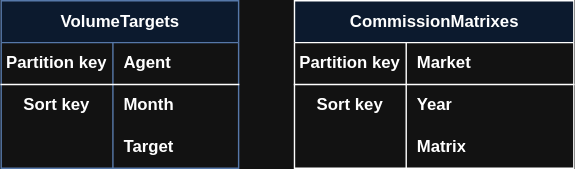
The draw.io diagram database.svg in Skyvell/bmw-commision-design, before a commit. Source tidied: cells renumbered, new cells last; positions are measured from the earlier drawing's top-left corner, leaving out a move shared by most shapes. Source of this version:
```xml
<mxGraphModel>
  <root>
    <mxCell id="0" />
    <mxCell id="1" parent="0" />
    <mxCell id="2" value="VolumeTargets" style="shape=table;startSize=30;rowLines=0;fontStyle=1;align=center;html=1;fillColor=#dae8fc;strokeColor=#6c8ebf;" parent="1" vertex="1">
      <mxGeometry width="170" height="120" as="geometry" />
    </mxCell>
    <mxCell id="3" style="shape=tableRow;horizontal=0;startSize=0;swimlaneHead=0;swimlaneBody=0;fillColor=none;top=0;left=0;right=0;bottom=1;" parent="2" vertex="1">
      <mxGeometry y="30" width="170" height="30" as="geometry" />
    </mxCell>
    <mxCell id="4" value="Partition key" style="shape=partialRectangle;fillColor=none;top=0;left=0;bottom=0;right=0;fontStyle=1;overflow=hidden;whiteSpace=wrap;html=1;" parent="3" vertex="1">
      <mxGeometry width="80" height="30" as="geometry" />
    </mxCell>
    <mxCell id="5" value="&lt;font face=&quot;Helvetica&quot;&gt;Agent&lt;/font&gt;" style="shape=partialRectangle;fillColor=none;top=0;left=0;bottom=0;right=0;align=left;spacingLeft=6;fontStyle=1;overflow=hidden;whiteSpace=wrap;html=1;" parent="3" vertex="1">
      <mxGeometry x="80" width="90" height="30" as="geometry" />
    </mxCell>
    <mxCell id="6" style="shape=tableRow;horizontal=0;startSize=0;swimlaneHead=0;swimlaneBody=0;fillColor=none;top=0;left=0;right=0;bottom=0;" parent="2" vertex="1">
      <mxGeometry y="60" width="170" height="30" as="geometry" />
    </mxCell>
    <mxCell id="7" value="Sort key" style="shape=partialRectangle;fillColor=none;top=0;left=0;bottom=0;right=0;overflow=hidden;whiteSpace=wrap;html=1;fontStyle=1;" parent="6" vertex="1">
      <mxGeometry width="80" height="30" as="geometry" />
    </mxCell>
    <mxCell id="8" value="Month" style="shape=partialRectangle;fillColor=none;top=0;left=0;bottom=0;right=0;align=left;spacingLeft=6;overflow=hidden;whiteSpace=wrap;html=1;fontStyle=1;" parent="6" vertex="1">
      <mxGeometry x="80" width="90" height="30" as="geometry" />
    </mxCell>
    <mxCell id="9" style="shape=tableRow;horizontal=0;startSize=0;swimlaneHead=0;swimlaneBody=0;fillColor=none;top=0;left=0;right=0;bottom=0;" parent="2" vertex="1">
      <mxGeometry y="90" width="170" height="30" as="geometry" />
    </mxCell>
    <mxCell id="10" style="shape=partialRectangle;fillColor=none;top=0;left=0;bottom=0;right=0;overflow=hidden;whiteSpace=wrap;html=1;fontStyle=1;" parent="9" vertex="1">
      <mxGeometry width="80" height="30" as="geometry" />
    </mxCell>
    <mxCell id="11" value="Target" style="shape=partialRectangle;fillColor=none;top=0;left=0;bottom=0;right=0;align=left;spacingLeft=6;overflow=hidden;whiteSpace=wrap;html=1;fontStyle=1;" parent="9" vertex="1">
      <mxGeometry x="80" width="90" height="30" as="geometry" />
    </mxCell>
    <mxCell id="12" value="CommissionMatrixes" style="shape=table;startSize=30;rowLines=0;fontStyle=1;align=center;html=1;fillColor=#dae8fc;strokeColor=default;" parent="1" vertex="1">
      <mxGeometry x="210" width="200" height="120" as="geometry" />
    </mxCell>
    <mxCell id="13" style="shape=tableRow;horizontal=0;startSize=0;swimlaneHead=0;swimlaneBody=0;fillColor=none;top=0;left=0;right=0;bottom=1;" parent="12" vertex="1">
      <mxGeometry y="30" width="200" height="30" as="geometry" />
    </mxCell>
    <mxCell id="14" value="Partition key" style="shape=partialRectangle;fillColor=none;top=0;left=0;bottom=0;right=0;fontStyle=1;overflow=hidden;whiteSpace=wrap;html=1;" parent="13" vertex="1">
      <mxGeometry width="80" height="30" as="geometry" />
    </mxCell>
    <mxCell id="15" value="Market" style="shape=partialRectangle;fillColor=none;top=0;left=0;bottom=0;right=0;align=left;spacingLeft=6;fontStyle=1;overflow=hidden;whiteSpace=wrap;html=1;strokeColor=default;" parent="13" vertex="1">
      <mxGeometry x="80" width="120" height="30" as="geometry" />
    </mxCell>
    <mxCell id="16" style="shape=tableRow;horizontal=0;startSize=0;swimlaneHead=0;swimlaneBody=0;fillColor=none;top=0;left=0;right=0;bottom=0;" parent="12" vertex="1">
      <mxGeometry y="60" width="200" height="30" as="geometry" />
    </mxCell>
    <mxCell id="17" value="Sort key" style="shape=partialRectangle;fillColor=none;top=0;left=0;bottom=0;right=0;overflow=hidden;whiteSpace=wrap;html=1;fontStyle=1;" parent="16" vertex="1">
      <mxGeometry width="80" height="30" as="geometry" />
    </mxCell>
    <mxCell id="18" value="Year" style="shape=partialRectangle;fillColor=none;top=0;left=0;bottom=0;right=0;align=left;spacingLeft=6;overflow=hidden;whiteSpace=wrap;html=1;fontStyle=1;" parent="16" vertex="1">
      <mxGeometry x="80" width="120" height="30" as="geometry" />
    </mxCell>
    <mxCell id="19" style="shape=tableRow;horizontal=0;startSize=0;swimlaneHead=0;swimlaneBody=0;fillColor=none;top=0;left=0;right=0;bottom=0;" parent="12" vertex="1">
      <mxGeometry y="90" width="200" height="30" as="geometry" />
    </mxCell>
    <mxCell id="20" style="shape=partialRectangle;fillColor=none;top=0;left=0;bottom=0;right=0;overflow=hidden;whiteSpace=wrap;html=1;fontStyle=1;" parent="19" vertex="1">
      <mxGeometry width="80" height="30" as="geometry" />
    </mxCell>
    <mxCell id="21" value="Matrix" style="shape=partialRectangle;fillColor=none;top=0;left=0;bottom=0;right=0;align=left;spacingLeft=6;overflow=hidden;whiteSpace=wrap;html=1;fontStyle=1;" parent="19" vertex="1">
      <mxGeometry x="80" width="120" height="30" as="geometry" />
    </mxCell>
  </root>
</mxGraphModel>
```
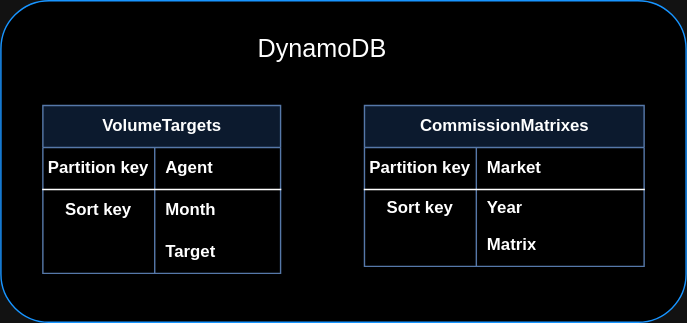
The same diagram one commit later.

What changed in the source:
```diff
@@ -2,8 +2,11 @@
   <root>
     <mxCell id="0" />
     <mxCell id="1" parent="0" />
+    <mxCell id="22" style="rounded=1;whiteSpace=wrap;html=1;strokeColor=#1290FF;" parent="1" vertex="1">
+      <mxGeometry x="-50" y="40" width="490" height="230" as="geometry" />
+    </mxCell>
     <mxCell id="2" value="VolumeTargets" style="shape=table;startSize=30;rowLines=0;fontStyle=1;align=center;html=1;fillColor=#dae8fc;strokeColor=#6c8ebf;" parent="1" vertex="1">
-      <mxGeometry width="170" height="120" as="geometry" />
+      <mxGeometry x="-20" y="115" width="170" height="120" as="geometry" />
     </mxCell>
     <mxCell id="3" style="shape=tableRow;horizontal=0;startSize=0;swimlaneHead=0;swimlaneBody=0;fillColor=none;top=0;left=0;right=0;bottom=1;" parent="2" vertex="1">
       <mxGeometry y="30" width="170" height="30" as="geometry" />
@@ -32,8 +35,8 @@
     <mxCell id="11" value="Target" style="shape=partialRectangle;fillColor=none;top=0;left=0;bottom=0;right=0;align=left;spacingLeft=6;overflow=hidden;whiteSpace=wrap;html=1;fontStyle=1;" parent="9" vertex="1">
       <mxGeometry x="80" width="90" height="30" as="geometry" />
     </mxCell>
-    <mxCell id="12" value="CommissionMatrixes" style="shape=table;startSize=30;rowLines=0;fontStyle=1;align=center;html=1;fillColor=#dae8fc;strokeColor=default;" parent="1" vertex="1">
-      <mxGeometry x="210" width="200" height="120" as="geometry" />
+    <mxCell id="12" value="CommissionMatrixes" style="shape=table;startSize=30;rowLines=0;fontStyle=1;align=center;html=1;fillColor=#dae8fc;strokeColor=#6c8ebf;" parent="1" vertex="1">
+      <mxGeometry x="210" y="115" width="200" height="115" as="geometry" />
     </mxCell>
     <mxCell id="13" style="shape=tableRow;horizontal=0;startSize=0;swimlaneHead=0;swimlaneBody=0;fillColor=none;top=0;left=0;right=0;bottom=1;" parent="12" vertex="1">
       <mxGeometry y="30" width="200" height="30" as="geometry" />
@@ -45,16 +48,16 @@
       <mxGeometry x="80" width="120" height="30" as="geometry" />
     </mxCell>
     <mxCell id="16" style="shape=tableRow;horizontal=0;startSize=0;swimlaneHead=0;swimlaneBody=0;fillColor=none;top=0;left=0;right=0;bottom=0;" parent="12" vertex="1">
-      <mxGeometry y="60" width="200" height="30" as="geometry" />
+      <mxGeometry y="60" width="200" height="25" as="geometry" />
     </mxCell>
     <mxCell id="17" value="Sort key" style="shape=partialRectangle;fillColor=none;top=0;left=0;bottom=0;right=0;overflow=hidden;whiteSpace=wrap;html=1;fontStyle=1;" parent="16" vertex="1">
-      <mxGeometry width="80" height="30" as="geometry" />
+      <mxGeometry width="80" height="25" as="geometry" />
     </mxCell>
     <mxCell id="18" value="Year" style="shape=partialRectangle;fillColor=none;top=0;left=0;bottom=0;right=0;align=left;spacingLeft=6;overflow=hidden;whiteSpace=wrap;html=1;fontStyle=1;" parent="16" vertex="1">
-      <mxGeometry x="80" width="120" height="30" as="geometry" />
+      <mxGeometry x="80" width="120" height="25" as="geometry" />
     </mxCell>
     <mxCell id="19" style="shape=tableRow;horizontal=0;startSize=0;swimlaneHead=0;swimlaneBody=0;fillColor=none;top=0;left=0;right=0;bottom=0;" parent="12" vertex="1">
-      <mxGeometry y="90" width="200" height="30" as="geometry" />
+      <mxGeometry y="85" width="200" height="30" as="geometry" />
     </mxCell>
     <mxCell id="20" style="shape=partialRectangle;fillColor=none;top=0;left=0;bottom=0;right=0;overflow=hidden;whiteSpace=wrap;html=1;fontStyle=1;" parent="19" vertex="1">
       <mxGeometry width="80" height="30" as="geometry" />
@@ -62,5 +65,10 @@
     <mxCell id="21" value="Matrix" style="shape=partialRectangle;fillColor=none;top=0;left=0;bottom=0;right=0;align=left;spacingLeft=6;overflow=hidden;whiteSpace=wrap;html=1;fontStyle=1;" parent="19" vertex="1">
       <mxGeometry x="80" width="120" height="30" as="geometry" />
     </mxCell>
+    <object id="23" label="&lt;font style=&quot;font-size: 18px;&quot;&gt;DynamoDB&lt;/font&gt;" name="Variable" placeholders="1">
+      <mxCell style="text;html=1;strokeColor=none;fillColor=none;align=center;verticalAlign=middle;whiteSpace=wrap;overflow=hidden;" parent="1" vertex="1">
+        <mxGeometry x="130" y="50" width="100" height="50" as="geometry" />
+      </mxCell>
+    </object>
   </root>
 </mxGraphModel>
```
